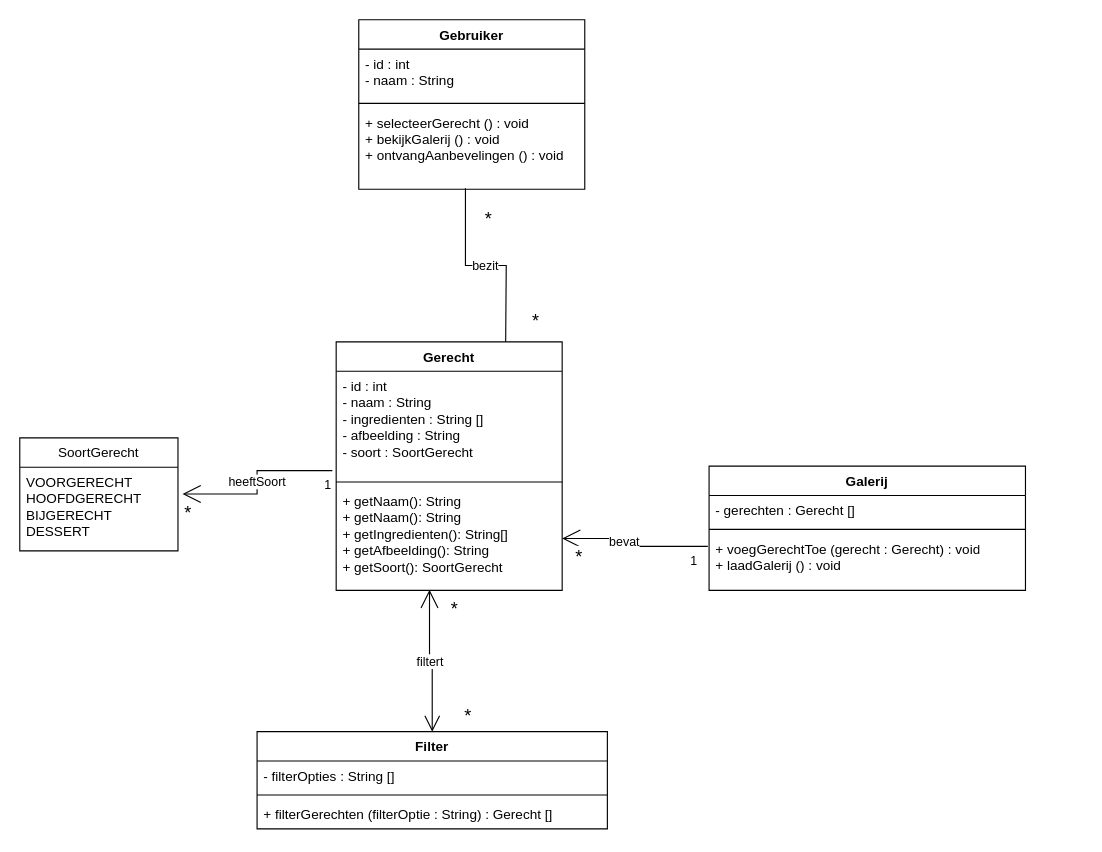
The draw.io diagram portfolio2.drawio in leerag/portfolio2, before the edit. Source tidied: cells renumbered, new cells numbered last; positions are measured from the earlier drawing's top-left corner, leaving out a move shared by most shapes. Both pictures are drawn from the tidied source at 113%, with x=0, y=0 at pixel (19, 19).
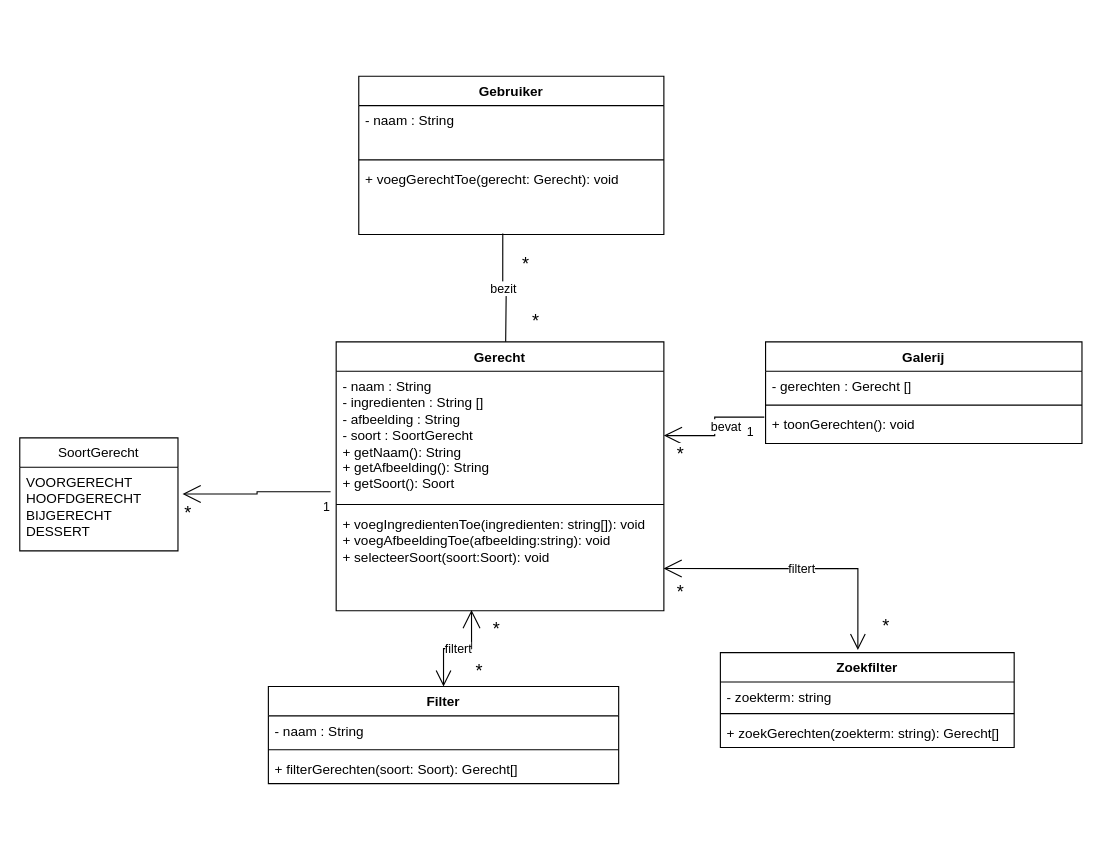
The same page after the edit.

The change refers to these unchanged cells:
```xml
<mxCell id="11" value="VOORGERECHT&lt;div&gt;HOOFDGERECHT&lt;/div&gt;&lt;div&gt;BIJGERECHT&lt;/div&gt;&lt;div&gt;DESSERT&lt;/div&gt;" style="text;strokeColor=none;fillColor=none;align=left;verticalAlign=top;spacingLeft=4;spacingRight=4;overflow=hidden;points=[[0,0.5],[1,0.5]];portConstraint=eastwest;whiteSpace=wrap;html=1;" parent="10" vertex="1">
  <mxGeometry y="26" width="140" height="74" as="geometry" />
</mxCell>
```

The edit, as a diff of the source:
```diff
@@
     <mxCell id="2" value="Gerecht" style="swimlane;fontStyle=1;align=center;verticalAlign=top;horizontal=1;startSize=26;whiteSpace=wrap;html=1;" parent="1" vertex="1">
-      <mxGeometry x="280" y="285" width="200" height="220" as="geometry" />
+      <mxGeometry x="280" y="285" width="290" height="238" as="geometry" />
     </mxCell>
-    <mxCell id="3" value="- id : int&lt;div&gt;- naam : String&lt;/div&gt;&lt;div&gt;- ingredienten : String []&lt;/div&gt;&lt;div&gt;- afbeelding : String&lt;/div&gt;&lt;div&gt;- soort : SoortGerecht&lt;/div&gt;" style="text;strokeColor=none;fillColor=none;align=left;verticalAlign=top;spacingLeft=4;spacingRight=4;overflow=hidden;points=[[0,0.5],[1,0.5]];portConstraint=eastwest;whiteSpace=wrap;html=1;" parent="2" vertex="1">
-      <mxGeometry y="26" width="200" height="94" as="geometry" />
+    <mxCell id="3" value="&lt;div&gt;- naam : String&lt;/div&gt;&lt;div&gt;- ingredienten : String []&lt;/div&gt;&lt;div&gt;- afbeelding : String&lt;/div&gt;&lt;div&gt;- soort : SoortGerecht&lt;/div&gt;&lt;div&gt;&lt;div&gt;+ getNaam(): String&amp;nbsp; &amp;nbsp; &amp;nbsp; &amp;nbsp; &amp;nbsp; &amp;nbsp; &amp;nbsp; &amp;nbsp; &amp;nbsp; &amp;nbsp; &amp;nbsp; &amp;nbsp; &amp;nbsp;&amp;nbsp;&lt;/div&gt;&lt;div&gt;+ getAfbeelding(): String&amp;nbsp; &amp;nbsp; &amp;nbsp; &amp;nbsp; &amp;nbsp; &amp;nbsp; &amp;nbsp; &amp;nbsp; &amp;nbsp;&amp;nbsp;&lt;/div&gt;&lt;div&gt;+ getSoort(): Soort&amp;nbsp; &amp;nbsp;&lt;/div&gt;&lt;/div&gt;" style="text;strokeColor=none;fillColor=none;align=left;verticalAlign=top;spacingLeft=4;spacingRight=4;overflow=hidden;points=[[0,0.5],[1,0.5]];portConstraint=eastwest;whiteSpace=wrap;html=1;" parent="2" vertex="1">
+      <mxGeometry y="26" width="290" height="114" as="geometry" />
     </mxCell>
     <mxCell id="4" style="line;strokeWidth=1;fillColor=none;align=left;verticalAlign=middle;spacingTop=-1;spacingLeft=3;spacingRight=3;labelPosition=right;strokeColor=inherit;" parent="2" vertex="1">
-      <mxGeometry y="120" width="200" height="8" as="geometry" />
+      <mxGeometry y="140" width="290" height="8" as="geometry" />
     </mxCell>
-    <mxCell id="5" value="+ getNaam(): String&lt;div&gt;&lt;div&gt;+ getNaam(): String&amp;nbsp; &amp;nbsp; &amp;nbsp; &amp;nbsp; &amp;nbsp; &amp;nbsp; &amp;nbsp; &amp;nbsp; &amp;nbsp; &amp;nbsp; &amp;nbsp; &amp;nbsp;&amp;nbsp;&lt;/div&gt;&lt;div&gt;+ getIngredienten(): String[]&amp;nbsp; &amp;nbsp; &amp;nbsp; &amp;nbsp; &amp;nbsp; &amp;nbsp; &amp;nbsp;&lt;/div&gt;&lt;div&gt;+ getAfbeelding(): String&amp;nbsp; &amp;nbsp; &amp;nbsp; &amp;nbsp; &amp;nbsp; &amp;nbsp; &amp;nbsp; &amp;nbsp; &amp;nbsp;&amp;nbsp;&lt;/div&gt;&lt;div&gt;+ getSoort(): SoortGerecht&amp;nbsp;&lt;/div&gt;&lt;/div&gt;" style="text;strokeColor=none;fillColor=none;align=left;verticalAlign=top;spacingLeft=4;spacingRight=4;overflow=hidden;points=[[0,0.5],[1,0.5]];portConstraint=eastwest;whiteSpace=wrap;html=1;" parent="2" vertex="1">
-      <mxGeometry y="128" width="200" height="92" as="geometry" />
+    <mxCell id="5" value="&lt;div&gt;+ voegIngredientenToe(ingredienten: string[]): void&amp;nbsp;&lt;/div&gt;&lt;div&gt;+ voegAfbeeldingToe(afbeelding:string): void&amp;nbsp;&lt;/div&gt;&lt;div&gt;+ selecteerSoort(soort:Soort): void&amp;nbsp; &amp;nbsp;&lt;/div&gt;" style="text;strokeColor=none;fillColor=none;align=left;verticalAlign=top;spacingLeft=4;spacingRight=4;overflow=hidden;points=[[0,0.5],[1,0.5]];portConstraint=eastwest;whiteSpace=wrap;html=1;" parent="2" vertex="1">
+      <mxGeometry y="148" width="290" height="90" as="geometry" />
     </mxCell>
     <mxCell id="6" value="Galerij" style="swimlane;fontStyle=1;align=center;verticalAlign=top;horizontal=1;startSize=26;whiteSpace=wrap;html=1;" parent="1" vertex="1">
-      <mxGeometry x="610" y="395" width="280" height="110" as="geometry" />
+      <mxGeometry x="660" y="285" width="280" height="90" as="geometry" />
     </mxCell>
@@
-    <mxCell id="9" value="+ voegGerechtToe (gerecht : Gerecht) : void&lt;div&gt;+ laadGalerij () : void&lt;/div&gt;" style="text;strokeColor=none;fillColor=none;align=left;verticalAlign=top;spacingLeft=4;spacingRight=4;overflow=hidden;points=[[0,0.5],[1,0.5]];portConstraint=eastwest;whiteSpace=wrap;html=1;" parent="6" vertex="1">
-      <mxGeometry y="60" width="280" height="50" as="geometry" />
+    <mxCell id="9" value="+ toonGerechten(): void&amp;nbsp;" style="text;strokeColor=none;fillColor=none;align=left;verticalAlign=top;spacingLeft=4;spacingRight=4;overflow=hidden;points=[[0,0.5],[1,0.5]];portConstraint=eastwest;whiteSpace=wrap;html=1;" parent="6" vertex="1">
+      <mxGeometry y="60" width="280" height="30" as="geometry" />
     </mxCell>
@@
     <mxCell id="12" value="Filter" style="swimlane;fontStyle=1;align=center;verticalAlign=top;horizontal=1;startSize=26;whiteSpace=wrap;html=1;" parent="1" vertex="1">
-      <mxGeometry x="210" y="630" width="310" height="86" as="geometry" />
+      <mxGeometry x="220" y="590" width="310" height="86" as="geometry" />
     </mxCell>
-    <mxCell id="13" value="- filterOpties : String []" style="text;strokeColor=none;fillColor=none;align=left;verticalAlign=top;spacingLeft=4;spacingRight=4;overflow=hidden;whiteSpace=wrap;html=1;" parent="12" vertex="1">
+    <mxCell id="13" value="- naam : String&amp;nbsp;" style="text;strokeColor=none;fillColor=none;align=left;verticalAlign=top;spacingLeft=4;spacingRight=4;overflow=hidden;whiteSpace=wrap;html=1;" parent="12" vertex="1">
       <mxGeometry y="26" width="310" height="26" as="geometry" />
     </mxCell>
@@
-    <mxCell id="15" value="+ filterGerechten (filterOptie : String) : Gerecht []" style="text;strokeColor=none;fillColor=none;align=left;verticalAlign=top;spacingLeft=4;spacingRight=4;overflow=hidden;whiteSpace=wrap;html=1;" parent="12" vertex="1">
+    <mxCell id="15" value="+ filterGerechten(soort: Soort): Gerecht[]" style="text;strokeColor=none;fillColor=none;align=left;verticalAlign=top;spacingLeft=4;spacingRight=4;overflow=hidden;whiteSpace=wrap;html=1;" parent="12" vertex="1">
       <mxGeometry y="60" width="310" height="26" as="geometry" />
     </mxCell>
     <mxCell id="16" value="Gebruiker" style="swimlane;fontStyle=1;align=center;verticalAlign=top;horizontal=1;startSize=26;whiteSpace=wrap;html=1;" parent="1" vertex="1">
-      <mxGeometry x="300" width="200" height="150" as="geometry" />
+      <mxGeometry x="300" y="50" width="270" height="140" as="geometry" />
     </mxCell>
-    <mxCell id="17" value="- id : int&lt;div&gt;- naam : String&lt;/div&gt;" style="text;strokeColor=none;fillColor=none;align=left;verticalAlign=top;spacingLeft=4;spacingRight=4;overflow=hidden;whiteSpace=wrap;html=1;" parent="16" vertex="1">
-      <mxGeometry y="26" width="200" height="44" as="geometry" />
+    <mxCell id="17" value="&lt;div&gt;- naam : String&lt;/div&gt;" style="text;strokeColor=none;fillColor=none;align=left;verticalAlign=top;spacingLeft=4;spacingRight=4;overflow=hidden;whiteSpace=wrap;html=1;" parent="16" vertex="1">
+      <mxGeometry y="26" width="270" height="44" as="geometry" />
     </mxCell>
     <mxCell id="18" style="line;strokeWidth=1;fillColor=none;align=left;verticalAlign=middle;spacingTop=-1;spacingLeft=3;spacingRight=3;labelPosition=right;strokeColor=inherit;" parent="16" vertex="1">
-      <mxGeometry y="70" width="200" height="8" as="geometry" />
+      <mxGeometry y="70" width="270" height="8" as="geometry" />
     </mxCell>
-    <mxCell id="19" value="+ selecteerGerecht () : void&lt;div&gt;+ bekijkGalerij () : void&lt;/div&gt;&lt;div&gt;+ ontvangAanbevelingen () : void&lt;/div&gt;" style="text;strokeColor=none;fillColor=none;align=left;verticalAlign=top;spacingLeft=4;spacingRight=4;overflow=hidden;points=[[0,0.5],[1,0.5]];portConstraint=eastwest;whiteSpace=wrap;html=1;" parent="16" vertex="1">
-      <mxGeometry y="78" width="200" height="72" as="geometry" />
+    <mxCell id="19" value="&lt;div&gt;&lt;span style=&quot;background-color: initial;&quot;&gt;+ voegGerechtToe(gerecht: Gerecht): void&lt;/span&gt;&lt;/div&gt;" style="text;strokeColor=none;fillColor=none;align=left;verticalAlign=top;spacingLeft=4;spacingRight=4;overflow=hidden;points=[[0,0.5],[1,0.5]];portConstraint=eastwest;whiteSpace=wrap;html=1;" parent="16" vertex="1">
+      <mxGeometry y="78" width="270" height="62" as="geometry" />
     </mxCell>
@@
-    <mxCell id="23" value="bevat" style="endArrow=none;html=1;endSize=12;startArrow=open;startSize=14;startFill=0;edgeStyle=orthogonalEdgeStyle;rounded=0;exitX=1;exitY=0.5;exitDx=0;exitDy=0;entryX=-0.004;entryY=0.22;entryDx=0;entryDy=0;entryPerimeter=0;endFill=0;" parent="1" edge="1" source="5" target="9">
+    <mxCell id="23" value="bevat" style="endArrow=none;html=1;endSize=12;startArrow=open;startSize=14;startFill=0;edgeStyle=orthogonalEdgeStyle;rounded=0;entryX=-0.004;entryY=0.22;entryDx=0;entryDy=0;entryPerimeter=0;endFill=0;" parent="1" edge="1" source="3" target="9">
       <mxGeometry y="-10" relative="1" as="geometry" />
     </mxCell>
@@
-    <mxCell id="26" value="heeftSoort" style="endArrow=none;html=1;endSize=12;startArrow=open;startSize=14;startFill=0;edgeStyle=orthogonalEdgeStyle;rounded=0;exitX=1.029;exitY=0.32;exitDx=0;exitDy=0;exitPerimeter=0;entryX=-0.017;entryY=0.936;entryDx=0;entryDy=0;entryPerimeter=0;endFill=0;" parent="1" edge="1" source="11" target="3">
+    <mxCell id="26" style="endArrow=none;html=1;endSize=12;startArrow=open;startSize=14;startFill=0;edgeStyle=orthogonalEdgeStyle;rounded=0;exitX=1.029;exitY=0.32;exitDx=0;exitDy=0;exitPerimeter=0;entryX=-0.017;entryY=0.936;entryDx=0;entryDy=0;entryPerimeter=0;endFill=0;" parent="1" edge="1" source="11" target="3">
       <mxGeometry relative="1" as="geometry" />
     </mxCell>
@@
-    <mxCell id="28" value="1" style="edgeLabel;html=1;align=right;verticalAlign=top;" parent="26" vertex="1">
+    <mxCell id="28" value="&lt;font style=&quot;font-size: 11px;&quot;&gt;1&lt;/font&gt;" style="edgeLabel;html=1;align=right;verticalAlign=top;" parent="26" vertex="1">
       <mxGeometry x="1" relative="1" as="geometry" />
     </mxCell>
@@
+    <mxCell id="32" value="Zoekfilter" style="swimlane;fontStyle=1;align=center;verticalAlign=top;horizontal=1;startSize=26;whiteSpace=wrap;html=1;" parent="1" vertex="1">
+      <mxGeometry x="620" y="560" width="260" height="84" as="geometry" />
+    </mxCell>
+    <mxCell id="33" value="- zoekterm: string&amp;nbsp; &amp;nbsp; &amp;nbsp;" style="text;strokeColor=none;fillColor=none;align=left;verticalAlign=top;spacingLeft=4;spacingRight=4;overflow=hidden;whiteSpace=wrap;html=1;" parent="32" vertex="1">
+      <mxGeometry y="26" width="260" height="24" as="geometry" />
+    </mxCell>
+    <mxCell id="34" style="line;strokeWidth=1;fillColor=none;align=left;verticalAlign=middle;spacingTop=-1;spacingLeft=3;spacingRight=3;labelPosition=right;strokeColor=inherit;" parent="32" vertex="1">
+      <mxGeometry y="50" width="260" height="8" as="geometry" />
+    </mxCell>
+    <mxCell id="35" value="+ zoekGerechten(zoekterm: string): Gerecht[]" style="text;strokeColor=none;fillColor=none;align=left;verticalAlign=top;spacingLeft=4;spacingRight=4;overflow=hidden;whiteSpace=wrap;html=1;" parent="32" vertex="1">
+      <mxGeometry y="58" width="260" height="26" as="geometry" />
+    </mxCell>
+    <mxCell id="36" value="filtert" style="endArrow=open;html=1;endSize=12;startArrow=open;startSize=14;startFill=0;edgeStyle=orthogonalEdgeStyle;rounded=0;entryX=0.468;entryY=-0.028;entryDx=0;entryDy=0;entryPerimeter=0;exitX=0.999;exitY=0.585;exitDx=0;exitDy=0;exitPerimeter=0;" parent="1" edge="1" source="5" target="32">
+      <mxGeometry relative="1" as="geometry" />
+    </mxCell>
+    <mxCell id="37" value="&lt;font style=&quot;font-size: 16px;&quot;&gt;*&lt;/font&gt;" style="edgeLabel;html=1;align=left;verticalAlign=top;" parent="36" vertex="1">
+      <mxGeometry x="-1" relative="1" as="geometry">
+        <mxPoint x="10" y="4" as="offset" />
+      </mxGeometry>
+    </mxCell>
+    <mxCell id="38" value="&lt;font style=&quot;font-size: 16px;&quot;&gt;*&lt;/font&gt;" style="edgeLabel;html=1;align=right;verticalAlign=top;" parent="36" vertex="1">
+      <mxGeometry x="1" relative="1" as="geometry">
+        <mxPoint x="28" y="-38" as="offset" />
+      </mxGeometry>
+    </mxCell>
```
